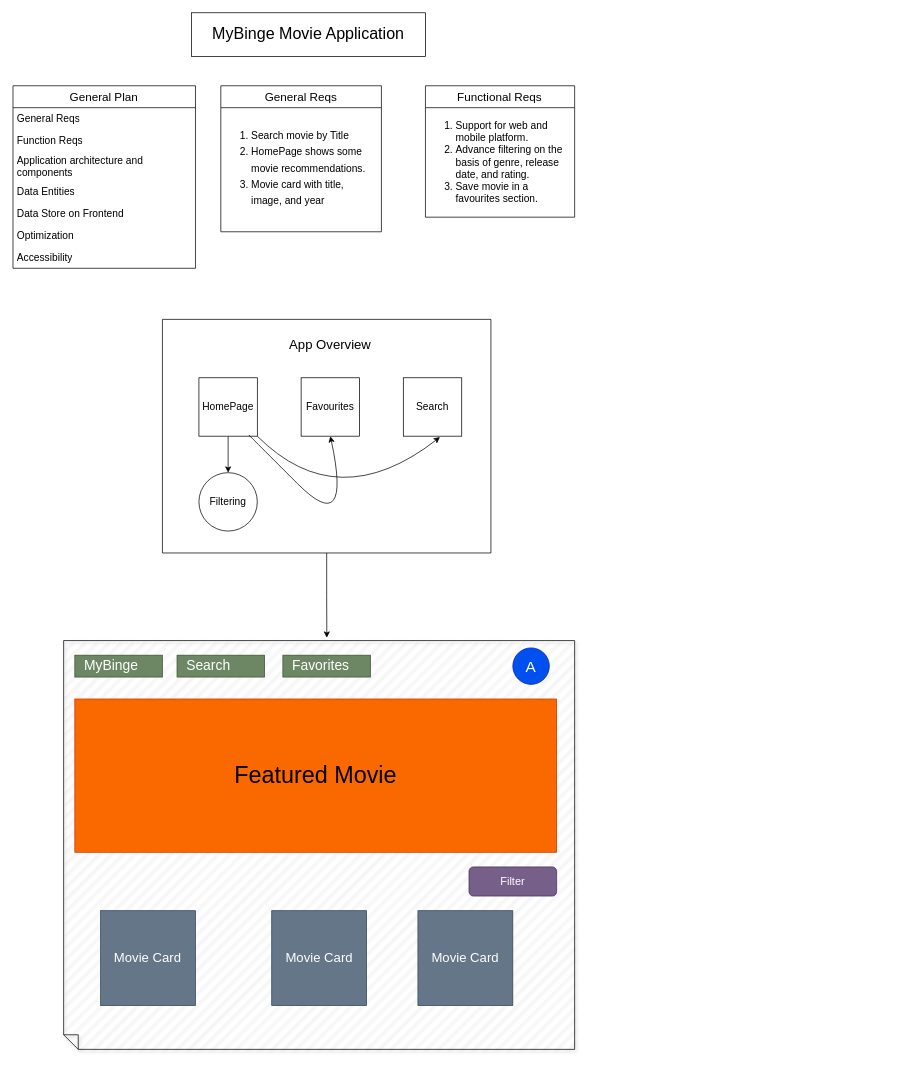
This is public/MyBinge.drawio from Saumitra23/MyBinge, a draw.io file, before an edit. Source tidied: cells renumbered, new cells numbered last; positions are measured from the earlier drawing's top-left corner, leaving out a move shared by most shapes. Both pictures are drawn from the tidied source at 73%, with x=0, y=0 at pixel (12, 12).
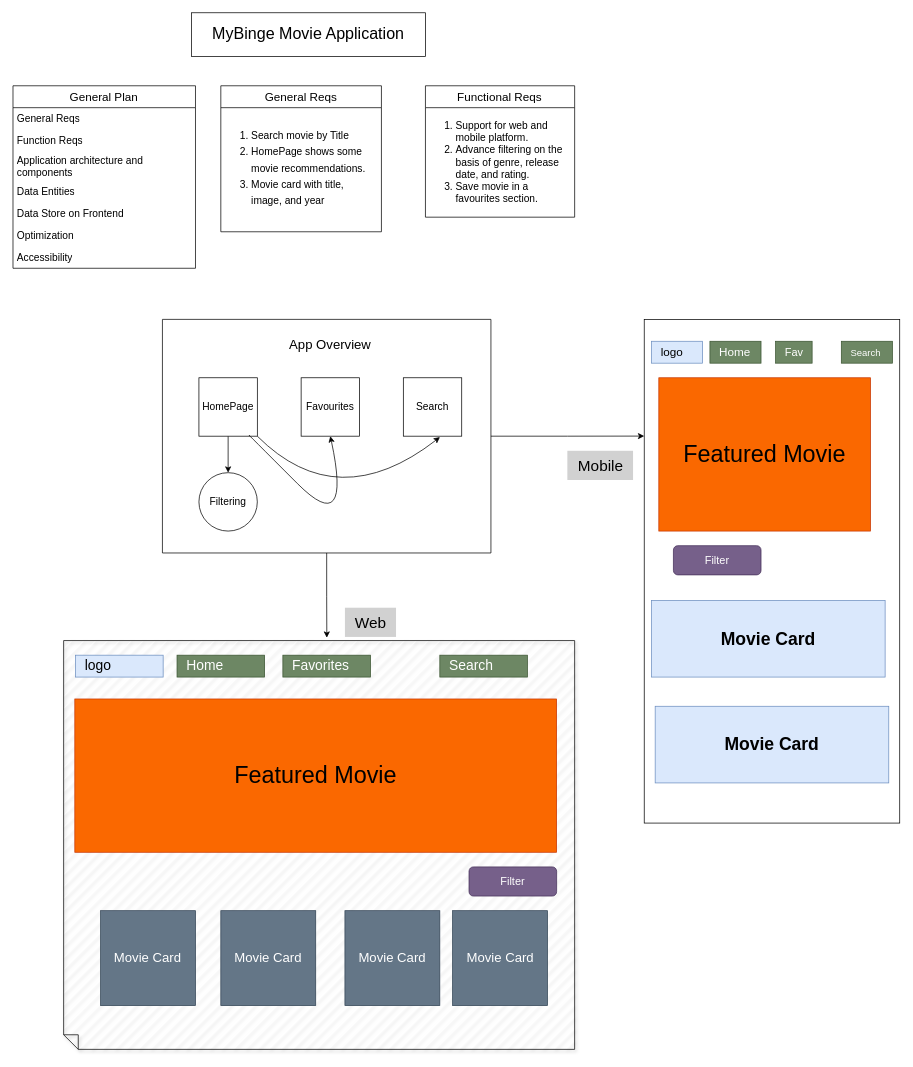
The same page after the edit.

The change refers to these unchanged cells:
```xml
<mxCell id="15" style="swimlane;startSize=0;" parent="1" vertex="1">
  <mxGeometry x="205" y="420" width="450" height="320" as="geometry" />
</mxCell>
```

The edit, as a diff of the source:
```diff
@@
+    <mxCell id="35" style="edgeStyle=orthogonalEdgeStyle;rounded=0;jettySize=auto;html=1;exitX=1;exitY=0.5;exitDx=0;exitDy=0;" parent="1" edge="1" source="15">
+      <mxGeometry relative="1" as="geometry">
+        <mxPoint x="865" y="579.9" as="targetPoint" />
+      </mxGeometry>
+    </mxCell>
@@
-    <mxCell id="26" value="MyBinge" style="text;html=1;align=left;verticalAlign=middle;whiteSpace=wrap;rounded=0;fontSize=19;spacingLeft=11;fillColor=#6d8764;strokeColor=#3A5431;fontColor=#ffffff;" parent="1" vertex="1">
-      <mxGeometry x="85" y="880" width="120" height="30" as="geometry" />
+    <mxCell id="26" value="logo" style="text;html=1;align=left;verticalAlign=middle;whiteSpace=wrap;rounded=0;fontSize=19;spacingLeft=11;fillColor=#dae8fc;strokeColor=#6c8ebf;" parent="1" vertex="1">
+      <mxGeometry x="86" y="880" width="120" height="30" as="geometry" />
     </mxCell>
     <mxCell id="27" value="Search" style="text;html=1;align=left;verticalAlign=middle;whiteSpace=wrap;rounded=0;fontSize=19;spacingLeft=11;fillColor=#6d8764;strokeColor=#3A5431;fontColor=#ffffff;" parent="1" vertex="1">
-      <mxGeometry x="225" y="880" width="120" height="30" as="geometry" />
+      <mxGeometry x="585" y="880" width="120" height="30" as="geometry" />
     </mxCell>
@@
-    <mxCell id="29" value="A" style="ellipse;whiteSpace=wrap;html=1;fontSize=21;fillColor=#0050ef;fontColor=#ffffff;strokeColor=#001DBC;" parent="1" vertex="1">
-      <mxGeometry x="685" y="870" width="50" height="50" as="geometry" />
-    </mxCell>
@@
     <mxCell id="31" value="&lt;span style=&quot;font-size: 18px;&quot;&gt;Movie Card&lt;/span&gt;" style="whiteSpace=wrap;html=1;fillColor=#647687;fontColor=#ffffff;strokeColor=#314354;" parent="1" vertex="1">
-      <mxGeometry x="354.7" y="1230" width="130" height="130" as="geometry" />
+      <mxGeometry x="285" y="1230" width="130" height="130" as="geometry" />
     </mxCell>
     <mxCell id="32" value="&lt;span style=&quot;font-size: 18px;&quot;&gt;Movie Card&lt;/span&gt;" style="whiteSpace=wrap;html=1;fillColor=#647687;fontColor=#ffffff;strokeColor=#314354;" parent="1" vertex="1">
-      <mxGeometry x="555" y="1230" width="130" height="130" as="geometry" />
+      <mxGeometry x="455" y="1230" width="130" height="130" as="geometry" />
     </mxCell>
@@
+    <mxCell id="36" value="Home" style="text;html=1;align=left;verticalAlign=middle;whiteSpace=wrap;rounded=0;fontSize=19;spacingLeft=11;fillColor=#6d8764;strokeColor=#3A5431;fontColor=#ffffff;" parent="1" vertex="1">
+      <mxGeometry x="225" y="880" width="120" height="30" as="geometry" />
+    </mxCell>
+    <mxCell id="37" style="rounded=0;whiteSpace=wrap;html=1;" parent="1" vertex="1">
+      <mxGeometry x="865" y="420" width="350" height="690" as="geometry" />
+    </mxCell>
+    <mxCell id="38" value="&lt;font style=&quot;font-size: 21px;&quot;&gt;Web&lt;/font&gt;" style="text;html=1;align=center;verticalAlign=middle;fillColor=#D1D1D1;" parent="1" vertex="1">
+      <mxGeometry x="455" y="815" width="70" height="40" as="geometry" />
+    </mxCell>
+    <mxCell id="39" value="&lt;font style=&quot;font-size: 21px;&quot;&gt;Mobile&lt;/font&gt;" style="text;html=1;align=center;verticalAlign=middle;fillColor=#D1D1D1;" parent="1" vertex="1">
+      <mxGeometry x="759.7" y="600" width="90" height="40" as="geometry" />
+    </mxCell>
+    <mxCell id="40" value="&lt;font style=&quot;font-size: 16px;&quot;&gt;logo&lt;/font&gt;" style="text;html=1;align=left;verticalAlign=middle;whiteSpace=wrap;rounded=0;fontSize=19;spacingLeft=11;fillColor=#dae8fc;strokeColor=#6c8ebf;" parent="1" vertex="1">
+      <mxGeometry x="875" y="450" width="70" height="30" as="geometry" />
+    </mxCell>
+    <mxCell id="41" value="&lt;font style=&quot;font-size: 16px;&quot;&gt;Home&lt;/font&gt;" style="text;html=1;align=left;verticalAlign=middle;whiteSpace=wrap;rounded=0;fontSize=19;spacingLeft=11;fillColor=#6d8764;strokeColor=#3A5431;fontColor=#ffffff;" parent="1" vertex="1">
+      <mxGeometry x="955" y="450" width="70" height="30" as="geometry" />
+    </mxCell>
+    <mxCell id="42" value="&lt;font style=&quot;font-size: 15px;&quot;&gt;Fav&lt;/font&gt;" style="text;html=1;align=left;verticalAlign=middle;whiteSpace=wrap;rounded=0;fontSize=19;spacingLeft=11;fillColor=#6d8764;strokeColor=#3A5431;fontColor=#ffffff;" parent="1" vertex="1">
+      <mxGeometry x="1045" y="450" width="50" height="30" as="geometry" />
+    </mxCell>
+    <mxCell id="43" value="&lt;font style=&quot;font-size: 13px;&quot;&gt;Search&lt;/font&gt;" style="text;html=1;align=left;verticalAlign=middle;whiteSpace=wrap;rounded=0;fontSize=19;spacingLeft=11;fillColor=#6d8764;strokeColor=#3A5431;fontColor=#ffffff;" parent="1" vertex="1">
+      <mxGeometry x="1135" y="450" width="70" height="30" as="geometry" />
+    </mxCell>
+    <mxCell id="44" value="&lt;font style=&quot;font-size: 32px;&quot;&gt;Featured Movie&lt;/font&gt;" style="rounded=0;whiteSpace=wrap;html=1;fillColor=#fa6800;fontColor=#000000;strokeColor=#C73500;" parent="1" vertex="1">
+      <mxGeometry x="885" y="500" width="290" height="210" as="geometry" />
+    </mxCell>
+    <mxCell id="45" value="&lt;span style=&quot;font-size: 18px;&quot;&gt;Movie Card&lt;/span&gt;" style="whiteSpace=wrap;html=1;fillColor=#647687;fontColor=#ffffff;strokeColor=#314354;" parent="1" vertex="1">
+      <mxGeometry x="602.5" y="1230" width="130" height="130" as="geometry" />
+    </mxCell>
+    <mxCell id="46" value="&lt;font style=&quot;font-size: 15px;&quot;&gt;Filter&lt;/font&gt;" style="rounded=1;whiteSpace=wrap;html=1;fillColor=#76608a;fontColor=#ffffff;strokeColor=#432D57;" parent="1" vertex="1">
+      <mxGeometry x="905" y="730" width="120" height="40" as="geometry" />
+    </mxCell>
+    <mxCell id="47" style="edgeStyle=orthogonalEdgeStyle;rounded=0;orthogonalLoop=1;jettySize=auto;html=1;" parent="1" edge="1">
+      <mxGeometry relative="1" as="geometry">
+        <mxPoint x="975" y="845" as="sourcePoint" />
+        <mxPoint x="955" y="845" as="targetPoint" />
+      </mxGeometry>
+    </mxCell>
+    <mxCell id="48" value="&lt;h1&gt;Movie Card&lt;/h1&gt;" style="rounded=0;whiteSpace=wrap;html=1;fillColor=#dae8fc;strokeColor=#6c8ebf;" parent="1" vertex="1">
+      <mxGeometry x="875" y="805" width="320" height="105" as="geometry" />
+    </mxCell>
+    <mxCell id="49" value="&lt;h1&gt;Movie Card&lt;/h1&gt;" style="rounded=0;whiteSpace=wrap;html=1;fillColor=#dae8fc;strokeColor=#6c8ebf;" parent="1" vertex="1">
+      <mxGeometry x="880" y="950" width="320" height="105" as="geometry" />
+    </mxCell>
```
